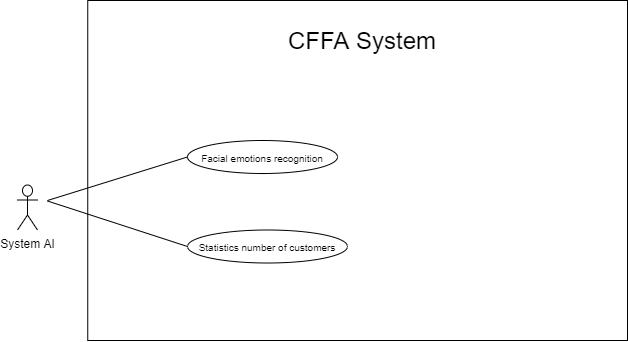
Before: Users/HuuDN/UsecaseDiagram/UsecaseOverview-System AI.png, a diagram exported from draw.io (luannmdev/CapstoneDocument). Source tidied: cells renumbered, new cells last; positions are measured from the earlier drawing's top-left corner, leaving out a move shared by most shapes. Source of this version:
```xml
<mxGraphModel>
  <root>
    <mxCell id="0" />
    <mxCell id="1" parent="0" />
    <mxCell id="2" style="rounded=0;whiteSpace=wrap;html=1;" parent="1" vertex="1">
      <mxGeometry x="70.2" width="539.8" height="340" as="geometry" />
    </mxCell>
    <mxCell id="3" value="&lt;span style=&quot;font-size: 24px&quot;&gt;CFFA System&lt;/span&gt;" style="text;html=1;strokeColor=none;fillColor=none;align=center;verticalAlign=middle;whiteSpace=wrap;rounded=0;" parent="1" vertex="1">
      <mxGeometry x="180" y="30" width="330" height="20" as="geometry" />
    </mxCell>
    <mxCell id="4" value="System AI" style="shape=umlActor;verticalLabelPosition=bottom;verticalAlign=top;html=1;" parent="1" vertex="1">
      <mxGeometry y="184.5" width="20" height="45" as="geometry" />
    </mxCell>
    <mxCell id="5" value="&lt;span style=&quot;font-size: 10px&quot;&gt;Facial emotions recognition&lt;/span&gt;" style="ellipse;whiteSpace=wrap;html=1;fillColor=#ffffff;gradientColor=none;" parent="1" vertex="1">
      <mxGeometry x="170" y="140" width="150" height="33" as="geometry" />
    </mxCell>
    <mxCell id="6" style="endArrow=none;html=1;rounded=0;exitX=0;exitY=0.5;exitDx=0;exitDy=0;" parent="1" edge="1" source="5">
      <mxGeometry relative="1" as="geometry">
        <mxPoint x="30" y="200" as="targetPoint" />
      </mxGeometry>
    </mxCell>
    <mxCell id="7" value="&lt;span style=&quot;font-size: 10px&quot;&gt;Statistics number of customers&lt;/span&gt;" style="ellipse;whiteSpace=wrap;html=1;fillColor=#ffffff;gradientColor=none;" parent="1" vertex="1">
      <mxGeometry x="170" y="229.5" width="160" height="33" as="geometry" />
    </mxCell>
    <mxCell id="8" style="endArrow=none;html=1;rounded=0;exitX=0;exitY=0.5;exitDx=0;exitDy=0;" parent="1" edge="1" source="7">
      <mxGeometry relative="1" as="geometry">
        <mxPoint x="30" y="200.5" as="targetPoint" />
      </mxGeometry>
    </mxCell>
  </root>
</mxGraphModel>
```
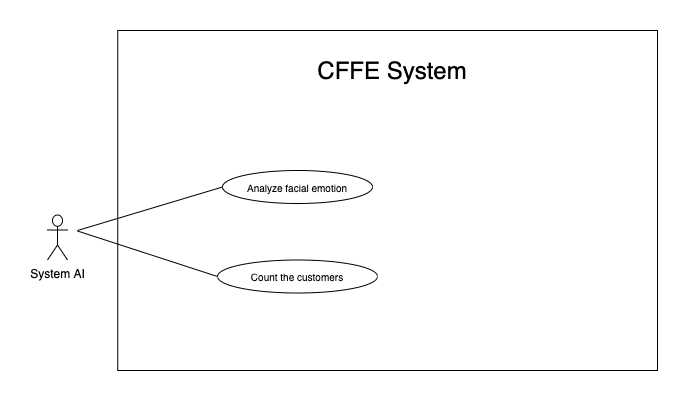
After the commit.

What changed in the source:
```diff
@@ -5,21 +5,21 @@
     <mxCell id="2" style="rounded=0;whiteSpace=wrap;html=1;" parent="1" vertex="1">
       <mxGeometry x="70.2" width="539.8" height="340" as="geometry" />
     </mxCell>
-    <mxCell id="3" value="&lt;span style=&quot;font-size: 24px&quot;&gt;CFFA System&lt;/span&gt;" style="text;html=1;strokeColor=none;fillColor=none;align=center;verticalAlign=middle;whiteSpace=wrap;rounded=0;" parent="1" vertex="1">
+    <mxCell id="3" value="&lt;span style=&quot;font-size: 24px&quot;&gt;CFFE System&lt;/span&gt;" style="text;html=1;strokeColor=none;fillColor=none;align=center;verticalAlign=middle;whiteSpace=wrap;rounded=0;" parent="1" vertex="1">
       <mxGeometry x="180" y="30" width="330" height="20" as="geometry" />
     </mxCell>
     <mxCell id="4" value="System AI" style="shape=umlActor;verticalLabelPosition=bottom;verticalAlign=top;html=1;" parent="1" vertex="1">
       <mxGeometry y="184.5" width="20" height="45" as="geometry" />
     </mxCell>
-    <mxCell id="5" value="&lt;span style=&quot;font-size: 10px&quot;&gt;Facial emotions recognition&lt;/span&gt;" style="ellipse;whiteSpace=wrap;html=1;fillColor=#ffffff;gradientColor=none;" parent="1" vertex="1">
-      <mxGeometry x="170" y="140" width="150" height="33" as="geometry" />
+    <mxCell id="5" value="&lt;span style=&quot;font-size: 10px&quot;&gt;Analyze facial emotion&lt;/span&gt;" style="ellipse;whiteSpace=wrap;html=1;fillColor=#ffffff;gradientColor=none;" parent="1" vertex="1">
+      <mxGeometry x="175" y="140" width="150" height="33" as="geometry" />
     </mxCell>
     <mxCell id="6" style="endArrow=none;html=1;rounded=0;exitX=0;exitY=0.5;exitDx=0;exitDy=0;" parent="1" edge="1" source="5">
       <mxGeometry relative="1" as="geometry">
         <mxPoint x="30" y="200" as="targetPoint" />
       </mxGeometry>
     </mxCell>
-    <mxCell id="7" value="&lt;span style=&quot;font-size: 10px&quot;&gt;Statistics number of customers&lt;/span&gt;" style="ellipse;whiteSpace=wrap;html=1;fillColor=#ffffff;gradientColor=none;" parent="1" vertex="1">
+    <mxCell id="7" value="&lt;span style=&quot;font-size: 10px&quot;&gt;Count the customers&lt;/span&gt;" style="ellipse;whiteSpace=wrap;html=1;fillColor=#ffffff;gradientColor=none;" parent="1" vertex="1">
       <mxGeometry x="170" y="229.5" width="160" height="33" as="geometry" />
     </mxCell>
     <mxCell id="8" style="endArrow=none;html=1;rounded=0;exitX=0;exitY=0.5;exitDx=0;exitDy=0;" parent="1" edge="1" source="7">
```
